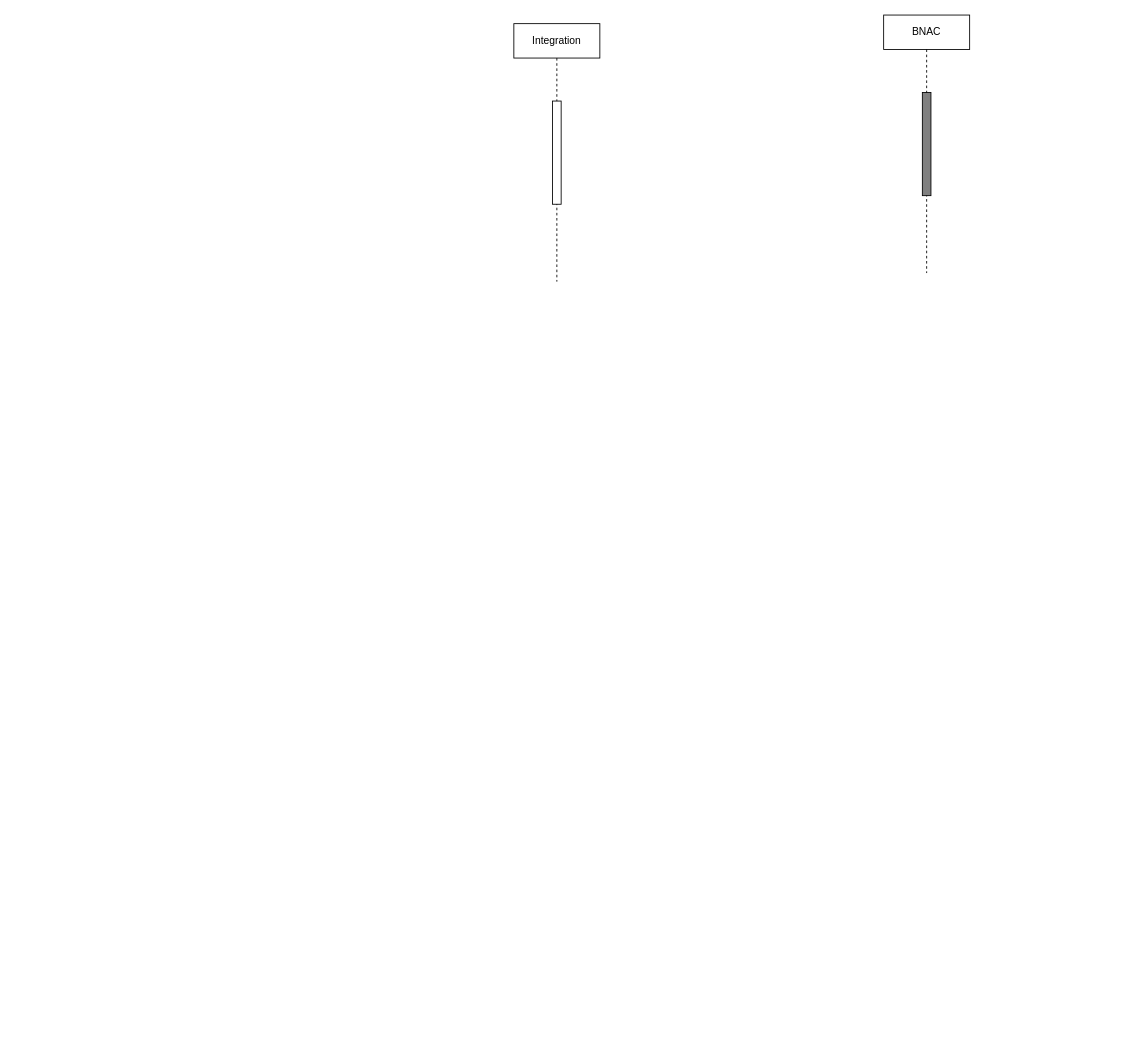
Before: page "Equipment Creation" (1 of 2) of API sequence.drawio in MohdSaifz/geojsons, a draw.io diagram. Source tidied: cells renumbered, new cells numbered last; positions are measured from the earlier drawing's top-left corner, leaving out a move shared by most shapes. Both pictures are drawn from the tidied source at 86%, with x=0, y=0 at pixel (513, 15).
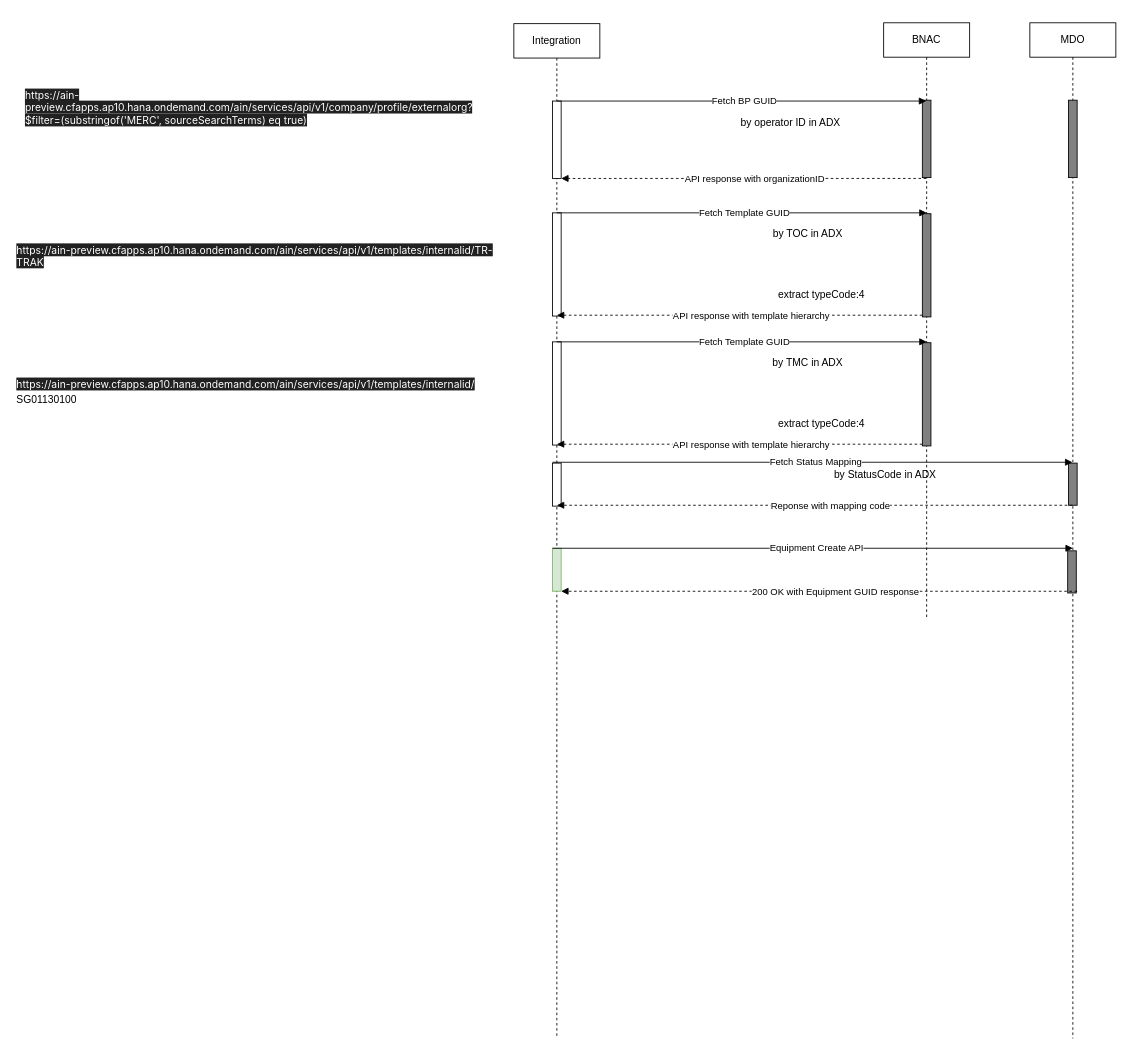
The same page after the edit.

The edit, as a diff of the source:
```diff
@@
     <mxCell id="2" value="BNAC" style="shape=umlLifeline;perimeter=lifelinePerimeter;whiteSpace=wrap;html=1;outlineConnect=0;portConstraint=eastwest;newEdgeStyle={&quot;edgeStyle&quot;:&quot;elbowEdgeStyle&quot;,&quot;elbow&quot;:&quot;vertical&quot;,&quot;curved&quot;:0,&quot;rounded&quot;:0};" parent="1" vertex="1">
-      <mxGeometry x="430" width="100" height="300" as="geometry" />
+      <mxGeometry x="430" y="9" width="100" height="691" as="geometry" />
     </mxCell>
     <mxCell id="3" style="html=1;perimeter=orthogonalPerimeter;targetShapes=umlLifeline;newEdgeStyle={&quot;edgeStyle&quot;:&quot;elbowEdgeStyle&quot;,&quot;elbow&quot;:&quot;vertical&quot;,&quot;curved&quot;:0,&quot;rounded&quot;:0};fillColor=#808080;" parent="2" vertex="1">
-      <mxGeometry x="45" y="90" width="10" height="120" as="geometry" />
+      <mxGeometry x="45" y="90" width="10" height="90" as="geometry" />
     </mxCell>
+    <mxCell id="6" style="html=1;perimeter=orthogonalPerimeter;targetShapes=umlLifeline;newEdgeStyle={&quot;edgeStyle&quot;:&quot;elbowEdgeStyle&quot;,&quot;elbow&quot;:&quot;vertical&quot;,&quot;curved&quot;:0,&quot;rounded&quot;:0};fillColor=#808080;" parent="2" vertex="1">
+      <mxGeometry x="45" y="222" width="10" height="120" as="geometry" />
+    </mxCell>
     <mxCell id="4" value="Integration" style="shape=umlLifeline;perimeter=lifelinePerimeter;whiteSpace=wrap;html=1;newEdgeStyle={&quot;edgeStyle&quot;:&quot;elbowEdgeStyle&quot;,&quot;elbow&quot;:&quot;vertical&quot;,&quot;curved&quot;:0,&quot;rounded&quot;:0};" parent="1" vertex="1">
-      <mxGeometry y="10" width="100" height="300" as="geometry" />
+      <mxGeometry y="10" width="100" height="1180" as="geometry" />
     </mxCell>
     <mxCell id="5" style="html=1;points=[];perimeter=orthogonalPerimeter;outlineConnect=0;targetShapes=umlLifeline;portConstraint=eastwest;newEdgeStyle={&quot;edgeStyle&quot;:&quot;elbowEdgeStyle&quot;,&quot;elbow&quot;:&quot;vertical&quot;,&quot;curved&quot;:0,&quot;rounded&quot;:0};" parent="4" vertex="1">
-      <mxGeometry x="45" y="90" width="10" height="120" as="geometry" />
+      <mxGeometry x="45" y="90" width="10" height="90" as="geometry" />
     </mxCell>
+    <mxCell id="7" style="html=1;perimeter=orthogonalPerimeter;targetShapes=umlLifeline;newEdgeStyle={&quot;edgeStyle&quot;:&quot;elbowEdgeStyle&quot;,&quot;elbow&quot;:&quot;vertical&quot;,&quot;curved&quot;:0,&quot;rounded&quot;:0};" parent="4" vertex="1">
+      <mxGeometry x="45" y="220" width="10" height="120" as="geometry" />
+    </mxCell>
+    <mxCell id="8" style="html=1;perimeter=orthogonalPerimeter;targetShapes=umlLifeline;newEdgeStyle={&quot;edgeStyle&quot;:&quot;elbowEdgeStyle&quot;,&quot;elbow&quot;:&quot;vertical&quot;,&quot;curved&quot;:0,&quot;rounded&quot;:0};" parent="4" vertex="1">
+      <mxGeometry x="45" y="511" width="10" height="50" as="geometry" />
+    </mxCell>
+    <mxCell id="9" style="html=1;perimeter=orthogonalPerimeter;targetShapes=umlLifeline;newEdgeStyle={&quot;edgeStyle&quot;:&quot;elbowEdgeStyle&quot;,&quot;elbow&quot;:&quot;vertical&quot;,&quot;curved&quot;:0,&quot;rounded&quot;:0};fillColor=#d5e8d4;strokeColor=#82b366;" parent="4" vertex="1">
+      <mxGeometry x="45" y="610" width="10" height="50" as="geometry" />
+    </mxCell>
+    <mxCell id="10" style="html=1;verticalAlign=bottom;labelBackgroundColor=none;endArrow=block;endFill=1;rounded=0;" parent="1" edge="1" target="2">
+      <mxGeometry relative="1" as="geometry">
+        <mxPoint x="50" y="100" as="sourcePoint" />
+      </mxGeometry>
+    </mxCell>
+    <mxCell id="11" value="Fetch BP GUID" style="edgeLabel;html=1;align=center;verticalAlign=middle;" parent="10" vertex="1">
+      <mxGeometry x="0.01" y="1" relative="1" as="geometry" />
+    </mxCell>
+    <mxCell id="12" style="html=1;verticalAlign=bottom;labelBackgroundColor=none;endArrow=block;endFill=1;dashed=1;rounded=0;" parent="1" edge="1" source="2" target="5">
+      <mxGeometry relative="1" as="geometry" />
+    </mxCell>
+    <mxCell id="13" value="API response with&amp;nbsp;organizationID" style="edgeLabel;html=1;align=center;verticalAlign=middle;" parent="12" vertex="1">
+      <mxGeometry x="-0.06" relative="1" as="geometry" />
+    </mxCell>
+    <mxCell id="14" value="&lt;span style=&quot;color: rgb(255, 255, 255); font-family: Inter, system-ui, -apple-system, system-ui, &amp;quot;Segoe UI&amp;quot;, Roboto, Oxygen, Ubuntu, Cantarell, &amp;quot;Fira Sans&amp;quot;, &amp;quot;Droid Sans&amp;quot;, Helvetica, Arial, sans-serif; font-size: 12px; font-style: normal; font-variant-ligatures: normal; font-variant-caps: normal; font-weight: 400; letter-spacing: normal; orphans: 2; text-align: left; text-indent: 0px; text-transform: none; widows: 2; word-spacing: 0px; -webkit-text-stroke-width: 0px; background-color: rgb(33, 33, 33); text-decoration-thickness: initial; text-decoration-style: initial; text-decoration-color: initial; float: none; display: inline !important;&quot;&gt;https://ain-preview.cfapps.ap10.hana.ondemand.com/ain/services/api/v1/company/profile/externalorg?$filter=(substringof('MERC', sourceSearchTerms) eq true)&lt;/span&gt;" style="text;whiteSpace=wrap;html=1;" parent="1" vertex="1">
+      <mxGeometry x="-570" y="80" width="460" height="60" as="geometry" />
+    </mxCell>
+    <mxCell id="15" style="html=1;verticalAlign=bottom;labelBackgroundColor=none;endArrow=block;endFill=1;rounded=0;" parent="1" edge="1">
+      <mxGeometry relative="1" as="geometry">
+        <mxPoint x="50" y="230" as="sourcePoint" />
+        <mxPoint x="480" y="230" as="targetPoint" />
+      </mxGeometry>
+    </mxCell>
+    <mxCell id="16" value="Fetch Template GUID" style="edgeLabel;html=1;align=center;verticalAlign=middle;" parent="15" vertex="1">
+      <mxGeometry x="0.01" y="1" relative="1" as="geometry" />
+    </mxCell>
+    <mxCell id="17" value="by operator ID in ADX" style="text;html=1;strokeColor=none;fillColor=none;align=center;verticalAlign=middle;whiteSpace=wrap;rounded=0;" parent="1" vertex="1">
+      <mxGeometry x="250" y="110" width="144" height="30" as="geometry" />
+    </mxCell>
+    <mxCell id="18" value="by TOC in ADX" style="text;html=1;strokeColor=none;fillColor=none;align=center;verticalAlign=middle;whiteSpace=wrap;rounded=0;" parent="1" vertex="1">
+      <mxGeometry x="270" y="240" width="144" height="30" as="geometry" />
+    </mxCell>
+    <mxCell id="19" style="html=1;verticalAlign=bottom;labelBackgroundColor=none;endArrow=block;endFill=1;dashed=1;rounded=0;" parent="1" edge="1">
+      <mxGeometry relative="1" as="geometry">
+        <mxPoint x="475" y="349" as="sourcePoint" />
+        <mxPoint x="50" y="349" as="targetPoint" />
+      </mxGeometry>
+    </mxCell>
+    <mxCell id="20" value="API response with&amp;nbsp;template hierarchy" style="edgeLabel;html=1;align=center;verticalAlign=middle;" parent="19" vertex="1">
+      <mxGeometry x="-0.06" relative="1" as="geometry" />
+    </mxCell>
+    <mxCell id="21" value="&lt;span style=&quot;color: rgb(255, 255, 255); font-family: Inter, system-ui, -apple-system, system-ui, &amp;quot;Segoe UI&amp;quot;, Roboto, Oxygen, Ubuntu, Cantarell, &amp;quot;Fira Sans&amp;quot;, &amp;quot;Droid Sans&amp;quot;, Helvetica, Arial, sans-serif; font-size: 12px; font-style: normal; font-variant-ligatures: normal; font-variant-caps: normal; font-weight: 400; letter-spacing: normal; orphans: 2; text-align: left; text-indent: 0px; text-transform: none; widows: 2; word-spacing: 0px; -webkit-text-stroke-width: 0px; background-color: rgb(33, 33, 33); text-decoration-thickness: initial; text-decoration-style: initial; text-decoration-color: initial; float: none; display: inline !important;&quot;&gt;https://ain-preview.cfapps.ap10.hana.ondemand.com/ain/services/api/v1/templates/internalid/TR-TRAK&lt;/span&gt;" style="text;whiteSpace=wrap;html=1;" parent="1" vertex="1">
+      <mxGeometry x="-580" y="260" width="560" height="50" as="geometry" />
+    </mxCell>
+    <mxCell id="22" value="extract typeCode:4" style="text;html=1;strokeColor=none;fillColor=none;align=center;verticalAlign=middle;whiteSpace=wrap;rounded=0;" parent="1" vertex="1">
+      <mxGeometry x="286" y="310" width="144" height="30" as="geometry" />
+    </mxCell>
+    <mxCell id="23" style="html=1;perimeter=orthogonalPerimeter;targetShapes=umlLifeline;newEdgeStyle={&quot;edgeStyle&quot;:&quot;elbowEdgeStyle&quot;,&quot;elbow&quot;:&quot;vertical&quot;,&quot;curved&quot;:0,&quot;rounded&quot;:0};fillColor=#808080;" parent="1" vertex="1">
+      <mxGeometry x="475" y="381" width="10" height="120" as="geometry" />
+    </mxCell>
+    <mxCell id="24" style="html=1;perimeter=orthogonalPerimeter;targetShapes=umlLifeline;newEdgeStyle={&quot;edgeStyle&quot;:&quot;elbowEdgeStyle&quot;,&quot;elbow&quot;:&quot;vertical&quot;,&quot;curved&quot;:0,&quot;rounded&quot;:0};" parent="1" vertex="1">
+      <mxGeometry x="45" y="380" width="10" height="120" as="geometry" />
+    </mxCell>
+    <mxCell id="25" style="html=1;verticalAlign=bottom;labelBackgroundColor=none;endArrow=block;endFill=1;rounded=0;" parent="1" edge="1">
+      <mxGeometry relative="1" as="geometry">
+        <mxPoint x="50" y="380" as="sourcePoint" />
+        <mxPoint x="480" y="380" as="targetPoint" />
+      </mxGeometry>
+    </mxCell>
+    <mxCell id="26" value="Fetch Template GUID" style="edgeLabel;html=1;align=center;verticalAlign=middle;" parent="25" vertex="1">
+      <mxGeometry x="0.01" y="1" relative="1" as="geometry" />
+    </mxCell>
+    <mxCell id="27" value="by TMC in ADX" style="text;html=1;strokeColor=none;fillColor=none;align=center;verticalAlign=middle;whiteSpace=wrap;rounded=0;" parent="1" vertex="1">
+      <mxGeometry x="270" y="390" width="144" height="30" as="geometry" />
+    </mxCell>
+    <mxCell id="28" style="html=1;verticalAlign=bottom;labelBackgroundColor=none;endArrow=block;endFill=1;dashed=1;rounded=0;" parent="1" edge="1">
+      <mxGeometry relative="1" as="geometry">
+        <mxPoint x="475" y="499" as="sourcePoint" />
+        <mxPoint x="50" y="499" as="targetPoint" />
+      </mxGeometry>
+    </mxCell>
+    <mxCell id="29" value="API response with&amp;nbsp;template hierarchy" style="edgeLabel;html=1;align=center;verticalAlign=middle;" parent="28" vertex="1">
+      <mxGeometry x="-0.06" relative="1" as="geometry" />
+    </mxCell>
+    <mxCell id="30" value="extract typeCode:4" style="text;html=1;strokeColor=none;fillColor=none;align=center;verticalAlign=middle;whiteSpace=wrap;rounded=0;" parent="1" vertex="1">
+      <mxGeometry x="286" y="460" width="144" height="30" as="geometry" />
+    </mxCell>
+    <mxCell id="31" value="&lt;span style=&quot;color: rgb(255, 255, 255); font-family: Inter, system-ui, -apple-system, system-ui, &amp;quot;Segoe UI&amp;quot;, Roboto, Oxygen, Ubuntu, Cantarell, &amp;quot;Fira Sans&amp;quot;, &amp;quot;Droid Sans&amp;quot;, Helvetica, Arial, sans-serif; font-size: 12px; font-style: normal; font-variant-ligatures: normal; font-variant-caps: normal; font-weight: 400; letter-spacing: normal; orphans: 2; text-align: left; text-indent: 0px; text-transform: none; widows: 2; word-spacing: 0px; -webkit-text-stroke-width: 0px; background-color: rgb(33, 33, 33); text-decoration-thickness: initial; text-decoration-style: initial; text-decoration-color: initial; float: none; display: inline !important;&quot;&gt;https://ain-preview.cfapps.ap10.hana.ondemand.com/ain/services/api/v1/templates/internalid/&lt;br&gt;&lt;/span&gt;&lt;table style=&quot;border-color: var(--border-color);&quot; width=&quot;91&quot; cellspacing=&quot;0&quot; cellpadding=&quot;0&quot; border=&quot;0&quot;&gt;&lt;colgroup style=&quot;border-color: var(--border-color);&quot;&gt;&lt;col style=&quot;border-color: var(--border-color); width: 68pt;&quot; width=&quot;91&quot;&gt;&lt;/colgroup&gt;&lt;tbody style=&quot;border-color: var(--border-color);&quot;&gt;&lt;tr style=&quot;border-color: var(--border-color); height: 16pt;&quot; height=&quot;21&quot;&gt;&lt;td style=&quot;border-color: var(--border-color); height: 16pt; width: 68pt;&quot; width=&quot;91&quot; class=&quot;xl79&quot; height=&quot;21&quot;&gt;SG01130100&lt;/td&gt;&lt;/tr&gt;&lt;/tbody&gt;&lt;/table&gt;" style="text;whiteSpace=wrap;html=1;" parent="1" vertex="1">
+      <mxGeometry x="-580" y="416" width="560" height="50" as="geometry" />
+    </mxCell>
+    <mxCell id="32" value="MDO" style="shape=umlLifeline;perimeter=lifelinePerimeter;whiteSpace=wrap;html=1;outlineConnect=0;portConstraint=eastwest;newEdgeStyle={&quot;edgeStyle&quot;:&quot;elbowEdgeStyle&quot;,&quot;elbow&quot;:&quot;vertical&quot;,&quot;curved&quot;:0,&quot;rounded&quot;:0};" parent="1" vertex="1">
+      <mxGeometry x="600" y="9" width="100" height="1181" as="geometry" />
+    </mxCell>
+    <mxCell id="33" style="html=1;perimeter=orthogonalPerimeter;targetShapes=umlLifeline;newEdgeStyle={&quot;edgeStyle&quot;:&quot;elbowEdgeStyle&quot;,&quot;elbow&quot;:&quot;vertical&quot;,&quot;curved&quot;:0,&quot;rounded&quot;:0};fillColor=#808080;" parent="32" vertex="1">
+      <mxGeometry x="45" y="90" width="10" height="90" as="geometry" />
+    </mxCell>
+    <mxCell id="34" style="html=1;perimeter=orthogonalPerimeter;targetShapes=umlLifeline;newEdgeStyle={&quot;edgeStyle&quot;:&quot;elbowEdgeStyle&quot;,&quot;elbow&quot;:&quot;vertical&quot;,&quot;curved&quot;:0,&quot;rounded&quot;:0};fillColor=#808080;" parent="32" vertex="1">
+      <mxGeometry x="45" y="512" width="10" height="49" as="geometry" />
+    </mxCell>
+    <mxCell id="35" style="html=1;perimeter=orthogonalPerimeter;targetShapes=umlLifeline;newEdgeStyle={&quot;edgeStyle&quot;:&quot;elbowEdgeStyle&quot;,&quot;elbow&quot;:&quot;vertical&quot;,&quot;curved&quot;:0,&quot;rounded&quot;:0};fillColor=#808080;" parent="32" vertex="1">
+      <mxGeometry x="44" y="614" width="10" height="49" as="geometry" />
+    </mxCell>
+    <mxCell id="36" style="html=1;verticalAlign=bottom;labelBackgroundColor=none;endArrow=block;endFill=1;rounded=0;" parent="1" edge="1" target="32">
+      <mxGeometry relative="1" as="geometry">
+        <mxPoint x="45" y="520" as="sourcePoint" />
+      </mxGeometry>
+    </mxCell>
+    <mxCell id="37" value="Fetch Status Mapping" style="edgeLabel;html=1;align=center;verticalAlign=middle;" parent="36" vertex="1">
+      <mxGeometry x="0.01" y="1" relative="1" as="geometry" />
+    </mxCell>
+    <mxCell id="38" style="html=1;verticalAlign=bottom;labelBackgroundColor=none;endArrow=block;endFill=1;dashed=1;rounded=0;" parent="1" edge="1" source="32">
+      <mxGeometry relative="1" as="geometry">
+        <mxPoint x="50" y="570" as="targetPoint" />
+      </mxGeometry>
+    </mxCell>
+    <mxCell id="39" value="Reponse with mapping code" style="edgeLabel;html=1;align=center;verticalAlign=middle;" parent="38" vertex="1">
+      <mxGeometry x="-0.06" relative="1" as="geometry" />
+    </mxCell>
+    <mxCell id="40" value="by StatusCode in ADX" style="text;html=1;strokeColor=none;fillColor=none;align=center;verticalAlign=middle;whiteSpace=wrap;rounded=0;" parent="1" vertex="1">
+      <mxGeometry x="360" y="520" width="144" height="30" as="geometry" />
+    </mxCell>
+    <mxCell id="41" style="html=1;verticalAlign=bottom;labelBackgroundColor=none;endArrow=block;endFill=1;rounded=0;" parent="1" edge="1">
+      <mxGeometry relative="1" as="geometry">
+        <mxPoint x="45" y="620" as="sourcePoint" />
+        <mxPoint x="650" y="620" as="targetPoint" />
+      </mxGeometry>
+    </mxCell>
+    <mxCell id="42" value="Equipment Create API" style="edgeLabel;html=1;align=center;verticalAlign=middle;" parent="41" vertex="1">
+      <mxGeometry x="0.01" y="1" relative="1" as="geometry" />
+    </mxCell>
+    <mxCell id="43" style="html=1;verticalAlign=bottom;labelBackgroundColor=none;endArrow=block;endFill=1;dashed=1;rounded=0;" parent="1" edge="1">
+      <mxGeometry relative="1" as="geometry">
+        <mxPoint x="655" y="670" as="sourcePoint" />
+        <mxPoint x="55" y="670" as="targetPoint" />
+      </mxGeometry>
+    </mxCell>
+    <mxCell id="44" value="200 OK with Equipment GUID response" style="edgeLabel;html=1;align=center;verticalAlign=middle;" parent="43" vertex="1">
+      <mxGeometry x="-0.06" relative="1" as="geometry" />
+    </mxCell>
```
